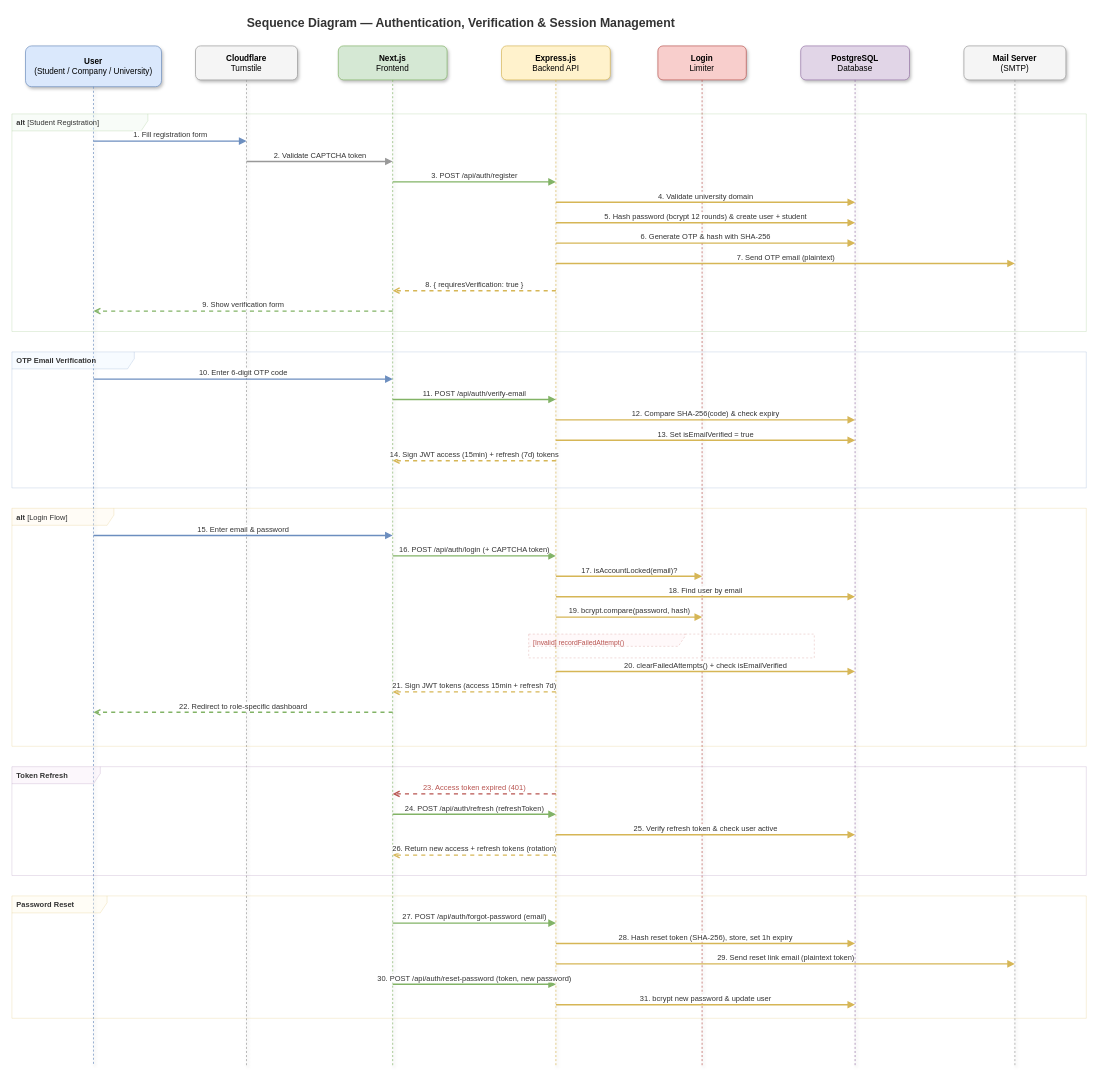
Earlier version of the draw.io diagram uml/3-sequence-authentication.drawio (Iyadbelala/Stag.io). Source tidied: cells renumbered, new cells numbered last; positions are measured from the earlier drawing's top-left corner, leaving out a move shared by most shapes. Both pictures are drawn from the tidied source at 68%, with x=0, y=0 at pixel (12, 12).
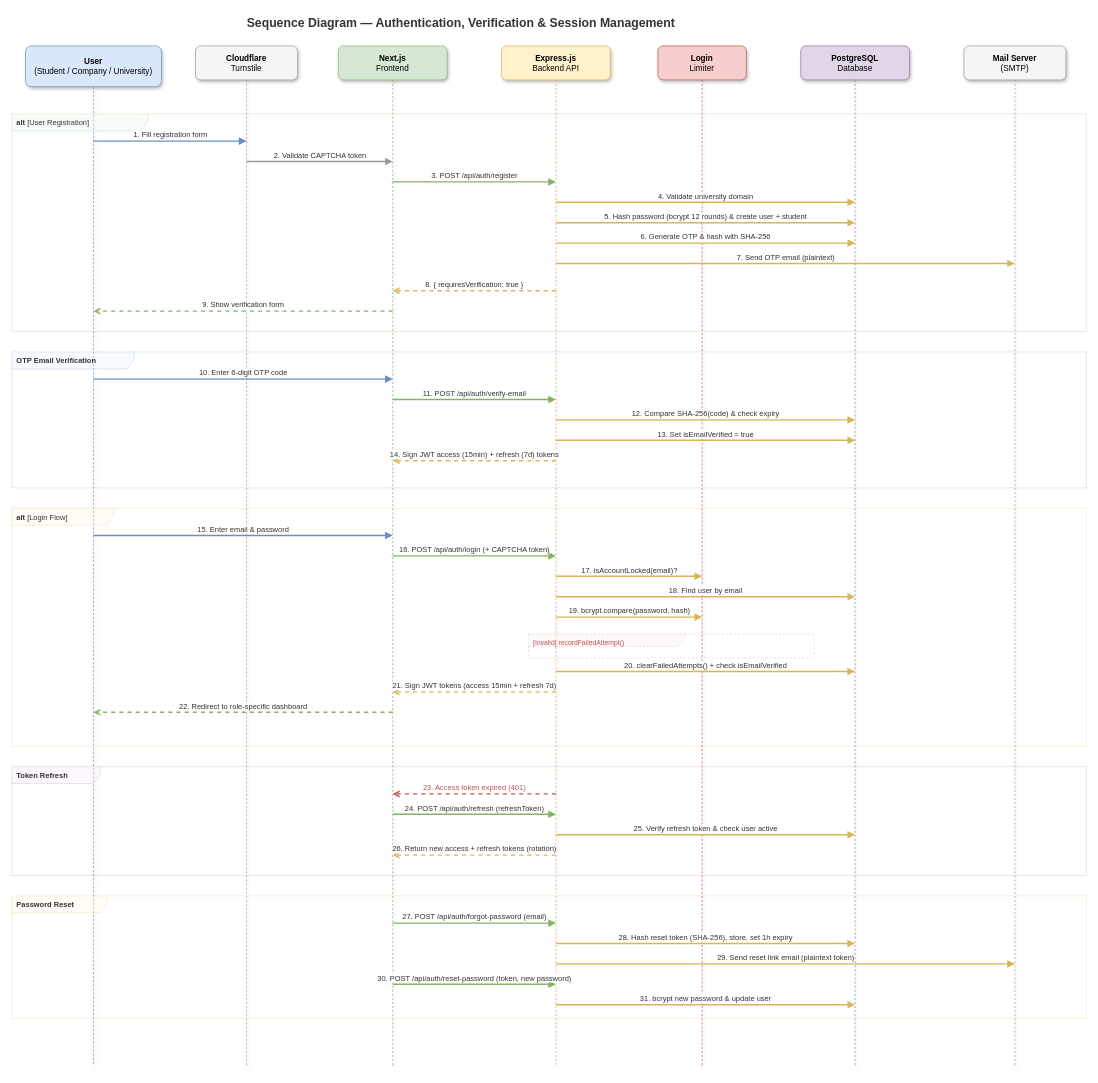
After the change.

The edit, as a diff of the source:
```diff
@@
-    <mxCell id="10" value="&lt;b&gt;alt&lt;/b&gt; [Student Registration]" style="shape=umlFrame;whiteSpace=wrap;html=1;width=200;height=25;boundedLbl=1;verticalAlign=top;align=left;spacingLeft=5;fillColor=#E8F5E9;strokeColor=#82b366;fontColor=#333333;rounded=1;fontSize=11;opacity=30;" parent="1" vertex="1">
+    <mxCell id="10" value="&lt;b&gt;alt&lt;/b&gt; [User Registration]" style="shape=umlFrame;whiteSpace=wrap;html=1;width=200;height=25;boundedLbl=1;verticalAlign=top;align=left;spacingLeft=5;fillColor=#E8F5E9;strokeColor=#82b366;fontColor=#333333;rounded=1;fontSize=11;opacity=30;" parent="1" vertex="1">
       <mxGeometry y="150" width="1580" height="320" as="geometry" />
     </mxCell>
```
